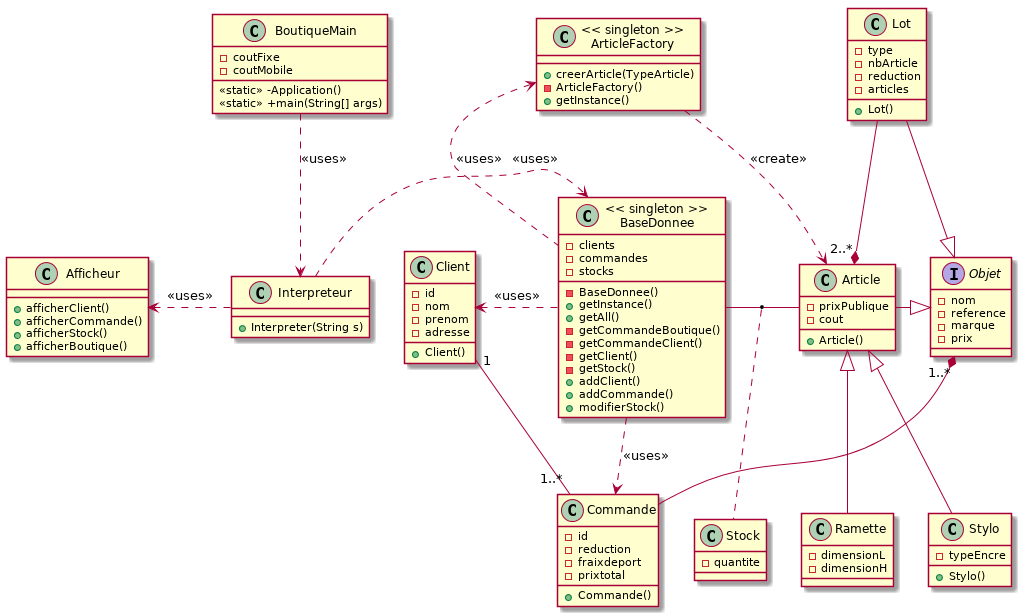
Above: doc/class.png in Yoanr/GestionBoutique (PlantUML), before the change.
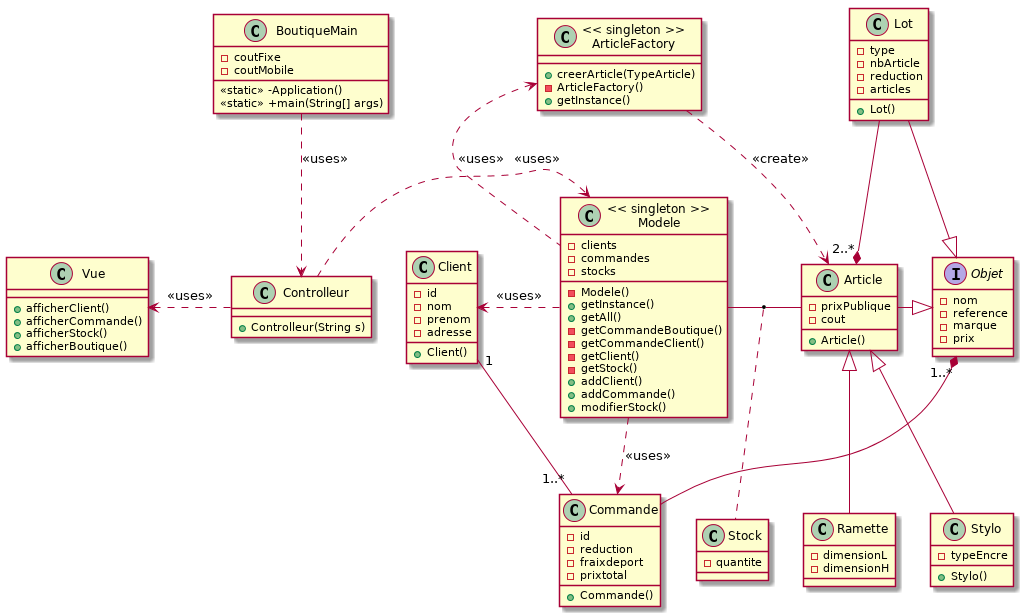
The same file after the commit.

The edit, as a diff of the source:
```diff
@@ -66,8 +66,8 @@
 -quantite
 }
 
-class "<< singleton >>\nBaseDonnee" as BaseDonnee{
--BaseDonnee()
+class "<< singleton >>\nModele" as Modele{
+-Modele()
 +getInstance()
 +getAll()
 -getCommandeBoutique()
@@ -82,11 +82,11 @@
 -stocks
 
 }
-class Interpreteur{
-+Interpreter(String s)
+class Controlleur{
++Controlleur(String s)
 }
 
-class Afficheur{
+class Vue{
 +afficherClient()
 +afficherCommande()
 +afficherStock()
@@ -96,8 +96,8 @@
 
 
 
-BaseDonnee .left.> Client : << uses >>
-BaseDonnee .down.> Commande : << uses >>
+Modele .left.> Client : << uses >>
+Modele .down.> Commande : << uses >>
 Client "1" -- "1..*" Commande
 Article -|> Objet
 Lot -|> Objet
@@ -107,10 +107,10 @@
 Objet "1..*" *-- Commande
 "<< singleton >>\nArticleFactory" .down.> Article : "<< create >>"
 
-BaseDonnee  -right-  Article
-(BaseDonnee, Article) .up. Stock
-BaseDonnee .up.> "<< singleton >>\nArticleFactory" : "<< uses >>"
-Boutique ..> Interpreteur : << uses >>
-Interpreteur .right.> BaseDonnee : << uses >>
-Interpreteur .left.> Afficheur : << uses >>
+Modele  -right-  Article
+(Modele, Article) .up. Stock
+Modele .up.> "<< singleton >>\nArticleFactory" : "<< uses >>"
+Boutique ..> Controlleur : << uses >>
+Controlleur .right.> Modele : << uses >>
+Controlleur .left.> Vue : << uses >>
 @enduml
```
